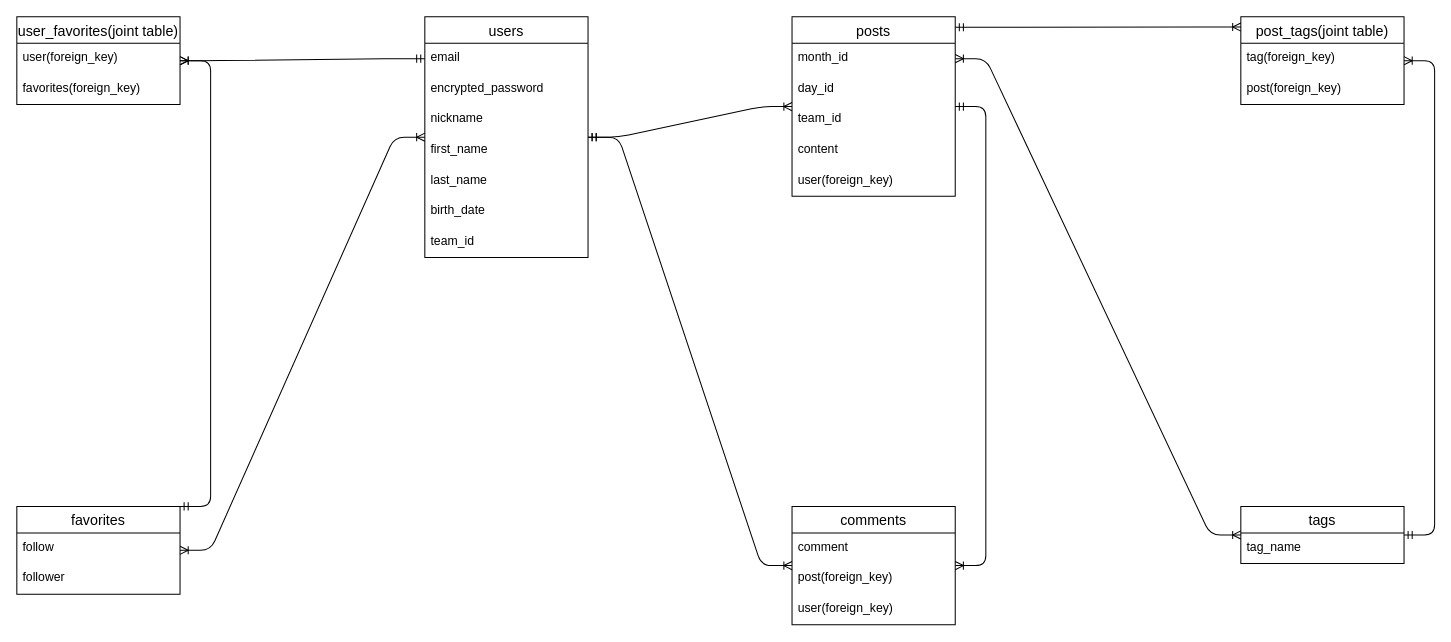
Earlier version of the draw.io diagram gofutbol.dio (takunakashima/gofutbol). Source tidied: cells renumbered, new cells numbered last; positions are measured from the earlier drawing's top-left corner, leaving out a move shared by most shapes. Both pictures are drawn from the tidied source at 102%, with x=0, y=0 at pixel (16, 16).
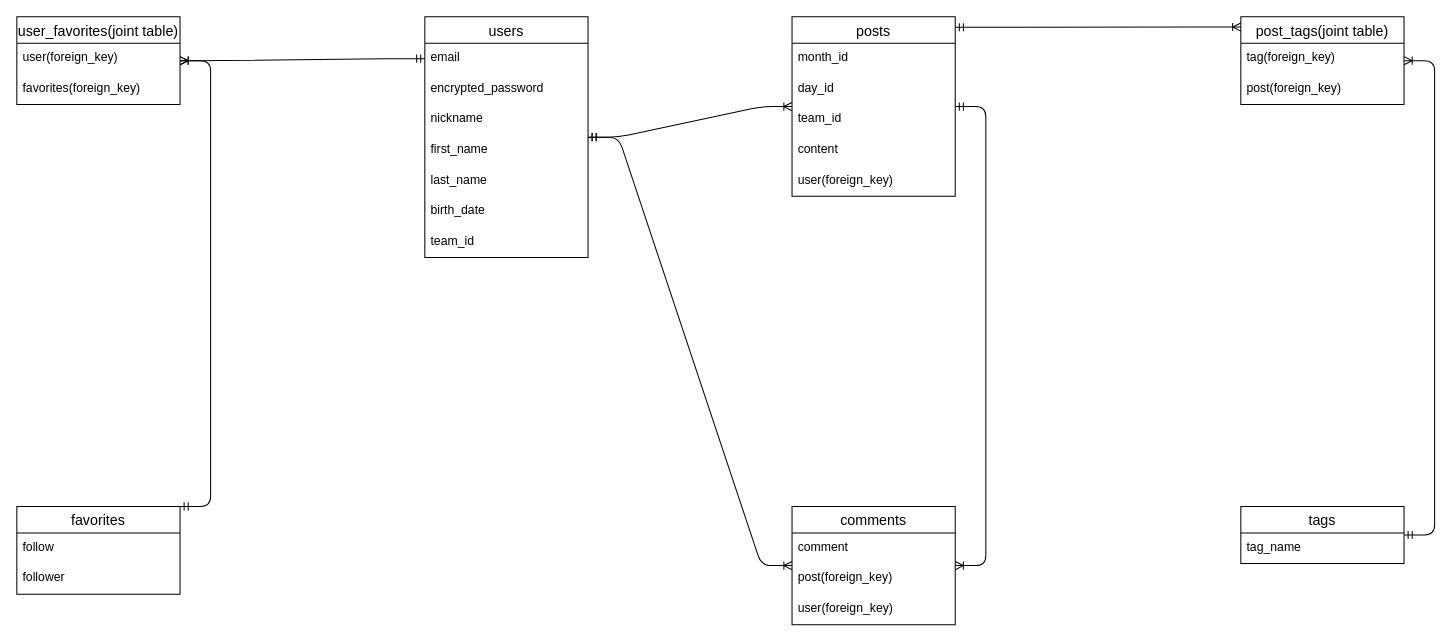
The same page after the edit.

Unchanged cells that the change refers to:
```xml
<mxCell id="2" value="users" style="swimlane;fontStyle=0;horizontal=1;startSize=26;align=center;fontSize=14;" parent="1" vertex="1">
  <mxGeometry x="400" width="160" height="236" as="geometry" />
</mxCell>
<mxCell id="11" value="month_id" style="text;strokeColor=none;fillColor=none;spacingLeft=4;spacingRight=4;overflow=hidden;points=[[0,0.5],[1,0.5]];portConstraint=eastwest;fontSize=12;" parent="10" vertex="1">
  <mxGeometry y="26" width="160" height="30" as="geometry" />
</mxCell>
<mxCell id="26" value="favorites" style="swimlane;fontStyle=0;horizontal=1;startSize=26;align=center;fontSize=14;" parent="1" vertex="1">
  <mxGeometry y="480" width="160" height="86" as="geometry" />
</mxCell>
<mxCell id="32" value="tags" style="swimlane;fontStyle=0;horizontal=1;startSize=26;align=center;fontSize=14;" parent="1" vertex="1">
  <mxGeometry x="1200" y="480" width="160" height="56" as="geometry" />
</mxCell>
```

Diff of the diagram source:
```diff
@@
-    <mxCell id="29" style="edgeStyle=entityRelationEdgeStyle;fontSize=12;html=1;endArrow=ERoneToMany;startArrow=ERoneToMany;" parent="1" edge="1" source="26" target="2">
-      <mxGeometry relative="1" as="geometry" />
-    </mxCell>
@@
-    <mxCell id="39" style="edgeStyle=entityRelationEdgeStyle;fontSize=12;html=1;endArrow=ERoneToMany;startArrow=ERoneToMany;exitX=1;exitY=0.5;exitDx=0;exitDy=0;" parent="1" edge="1" source="11" target="32">
-      <mxGeometry relative="1" as="geometry" />
-    </mxCell>
```
